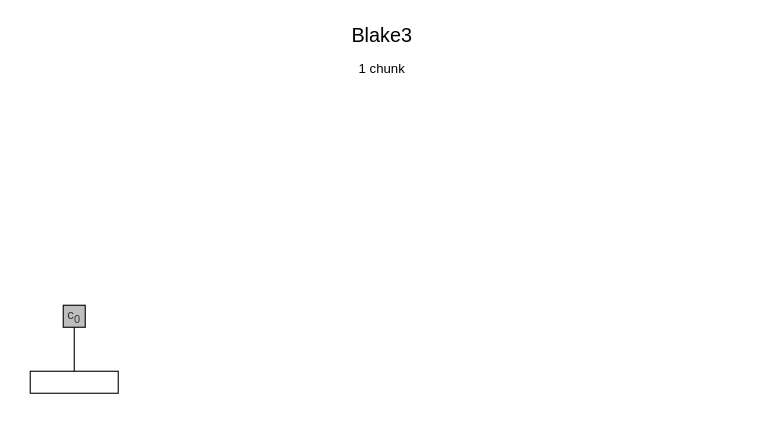
Earlier version of the draw.io diagram page "Blake-1" (1 of 26) of blake-tree.drawio (rklaehn/ipfs-embed-ipfs-camp-2022). Source tidied: cells renumbered, new cells numbered last; positions are measured from the earlier drawing's top-left corner, leaving out a move shared by most shapes. Both pictures are drawn from the tidied source at 110%, with x=0, y=0 at pixel (19, 19).
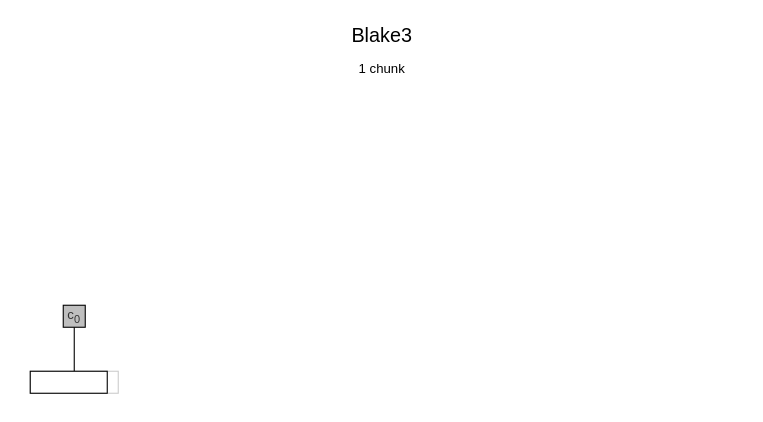
After the change.

Diff of the diagram source:
```diff
@@
 <mxGraphModel>
   <root>
     <mxCell id="0" />
     <mxCell id="1" parent="0" />
     <mxCell id="2" style="rounded=0;whiteSpace=wrap;html=1;strokeColor=none;" parent="1" vertex="1">
       <mxGeometry width="660" height="350" as="geometry" />
     </mxCell>
     <mxCell id="3" value="1 chunk" style="text;html=1;strokeColor=none;fillColor=none;align=center;verticalAlign=middle;whiteSpace=wrap;rounded=0;" parent="1" vertex="1">
       <mxGeometry x="270" y="30" width="120" height="30" as="geometry" />
     </mxCell>
-    <mxCell id="4" style="rounded=0;whiteSpace=wrap;html=1;" parent="1" vertex="1">
+    <mxCell id="4" style="rounded=0;whiteSpace=wrap;html=1;strokeColor=#CCCCCC;" parent="1" vertex="1">
       <mxGeometry x="10" y="320" width="80" height="20" as="geometry" />
     </mxCell>
     <mxCell id="5" value="c&lt;sub&gt;0&lt;/sub&gt;" style="whiteSpace=wrap;html=1;fillColor=#BFBFBF;strokeColor=#000000;fontColor=#333333;" parent="1" vertex="1">
       <mxGeometry x="40" y="260" width="20" height="20" as="geometry" />
     </mxCell>
     <mxCell id="6" value="&lt;font style=&quot;font-size: 18px;&quot;&gt;Blake3&lt;/font&gt;" style="text;strokeColor=none;fillColor=none;align=center;verticalAlign=middle;spacingLeft=4;spacingRight=4;overflow=hidden;whiteSpace=wrap;html=1;" parent="1" vertex="1">
       <mxGeometry x="290" width="80" height="30" as="geometry" />
     </mxCell>
     <mxCell id="7" style="endArrow=none;html=1;rounded=0;fontSize=18;entryX=0.5;entryY=1;entryDx=0;entryDy=0;exitX=0.5;exitY=0;exitDx=0;exitDy=0;" parent="1" edge="1" source="4" target="5">
       <mxGeometry relative="1" as="geometry" />
     </mxCell>
+    <mxCell id="8" style="rounded=0;whiteSpace=wrap;html=1;strokeColor=#000000;fillColor=#FFFFFF;" parent="1" vertex="1">
+      <mxGeometry x="10" y="320" width="70" height="20" as="geometry" />
+    </mxCell>
   </root>
 </mxGraphModel>
```
